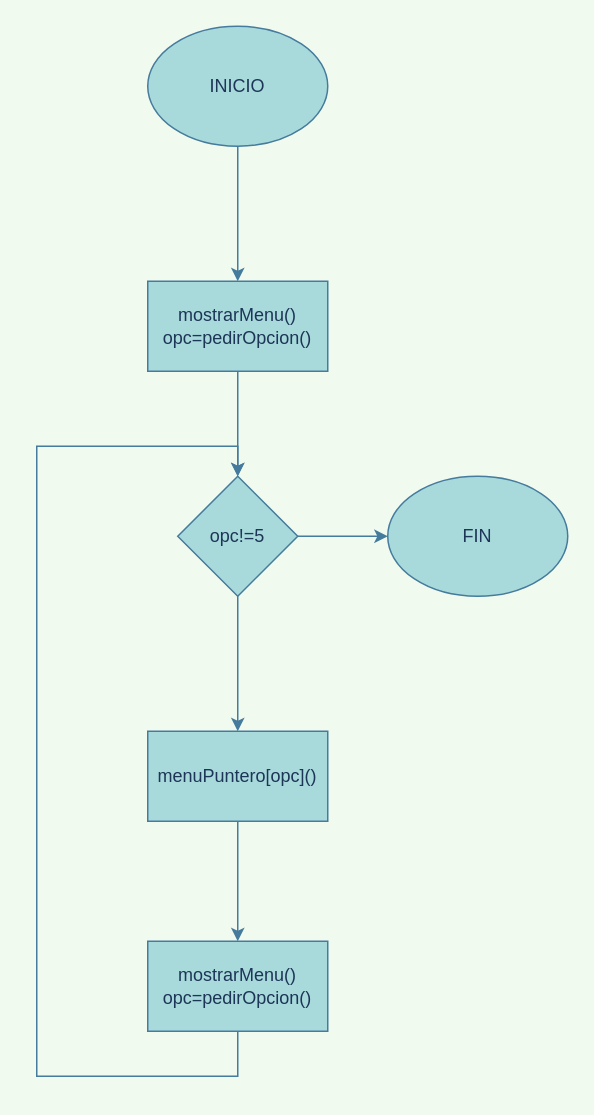
Before: ProyectoCXabierGarrote/ProyectoCXabierGarrote/PrincipalC.drawio in xabier100/PROGRAMACION_Proyecto_Servicios, a draw.io diagram. Source tidied: cells renumbered, new cells numbered last; positions are measured from the earlier drawing's top-left corner, leaving out a move shared by most shapes. Both pictures are drawn from the tidied source at 150%, with x=0, y=0 at pixel (36, 26).
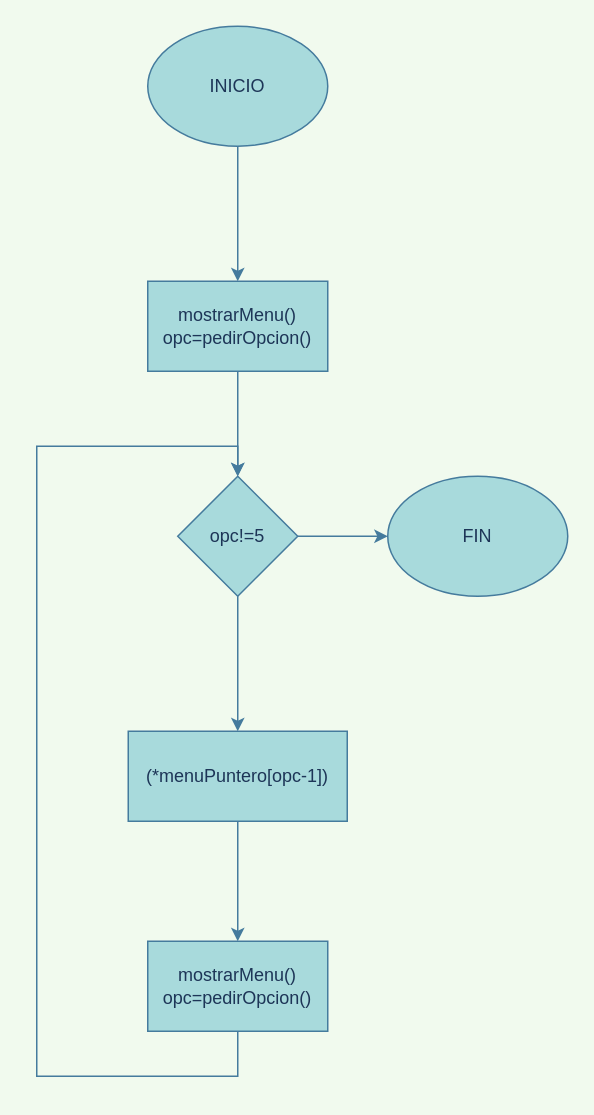
After the change.

The edit, as a diff of the source:
```diff
@@
 <mxGraphModel background="#F1FAEE">
   <root>
     <mxCell id="0" />
     <mxCell id="1" parent="0" />
     <mxCell id="2" style="edgeStyle=orthogonalEdgeStyle;rounded=0;jettySize=auto;html=1;labelBackgroundColor=#F1FAEE;strokeColor=#457B9D;fontColor=#1D3557;" parent="1" edge="1" source="3" target="5">
       <mxGeometry relative="1" as="geometry" />
     </mxCell>
     <mxCell id="3" value="INICIO" style="ellipse;whiteSpace=wrap;html=1;fillColor=#A8DADC;strokeColor=#457B9D;fontColor=#1D3557;" parent="1" vertex="1">
       <mxGeometry x="74" width="120" height="80" as="geometry" />
     </mxCell>
     <mxCell id="4" style="edgeStyle=orthogonalEdgeStyle;rounded=0;jettySize=auto;html=1;labelBackgroundColor=#F1FAEE;strokeColor=#457B9D;fontColor=#1D3557;" parent="1" edge="1" source="5" target="8">
       <mxGeometry relative="1" as="geometry" />
     </mxCell>
     <mxCell id="5" value="mostrarMenu()&lt;br&gt;opc=pedirOpcion()" style="whiteSpace=wrap;html=1;fillColor=#A8DADC;strokeColor=#457B9D;fontColor=#1D3557;" parent="1" vertex="1">
       <mxGeometry x="74" y="170" width="120" height="60" as="geometry" />
     </mxCell>
     <mxCell id="6" style="edgeStyle=orthogonalEdgeStyle;rounded=0;jettySize=auto;html=1;labelBackgroundColor=#F1FAEE;strokeColor=#457B9D;fontColor=#1D3557;" parent="1" edge="1" source="8" target="10">
       <mxGeometry relative="1" as="geometry" />
     </mxCell>
     <mxCell id="7" style="edgeStyle=orthogonalEdgeStyle;rounded=0;jettySize=auto;html=1;labelBackgroundColor=#F1FAEE;strokeColor=#457B9D;fontColor=#1D3557;" parent="1" edge="1" source="8" target="13">
       <mxGeometry relative="1" as="geometry" />
     </mxCell>
     <mxCell id="8" value="opc!=5" style="rhombus;whiteSpace=wrap;html=1;fillColor=#A8DADC;strokeColor=#457B9D;fontColor=#1D3557;" parent="1" vertex="1">
       <mxGeometry x="94" y="300" width="80" height="80" as="geometry" />
     </mxCell>
     <mxCell id="9" style="edgeStyle=orthogonalEdgeStyle;rounded=0;jettySize=auto;html=1;labelBackgroundColor=#F1FAEE;strokeColor=#457B9D;fontColor=#1D3557;" parent="1" edge="1" source="10" target="12">
       <mxGeometry relative="1" as="geometry" />
     </mxCell>
-    <mxCell id="10" value="menuPuntero[opc]()" style="whiteSpace=wrap;html=1;fillColor=#A8DADC;strokeColor=#457B9D;fontColor=#1D3557;" parent="1" vertex="1">
-      <mxGeometry x="74" y="470" width="120" height="60" as="geometry" />
+    <mxCell id="10" value="(*menuPuntero[opc-1])" style="whiteSpace=wrap;html=1;fillColor=#A8DADC;strokeColor=#457B9D;fontColor=#1D3557;" parent="1" vertex="1">
+      <mxGeometry x="61" y="470" width="146" height="60" as="geometry" />
     </mxCell>
     <mxCell id="11" style="edgeStyle=orthogonalEdgeStyle;rounded=0;jettySize=auto;html=1;entryX=0.5;entryY=0;entryDx=0;entryDy=0;labelBackgroundColor=#F1FAEE;strokeColor=#457B9D;fontColor=#1D3557;" parent="1" edge="1" source="12" target="8">
       <mxGeometry relative="1" as="geometry">
         <Array as="points">
           <mxPoint x="134" y="700" />
           <mxPoint y="700" />
           <mxPoint y="280" />
           <mxPoint x="134" y="280" />
         </Array>
       </mxGeometry>
     </mxCell>
     <mxCell id="12" value="mostrarMenu()&lt;br&gt;opc=pedirOpcion()" style="whiteSpace=wrap;html=1;fillColor=#A8DADC;strokeColor=#457B9D;fontColor=#1D3557;" parent="1" vertex="1">
       <mxGeometry x="74" y="610" width="120" height="60" as="geometry" />
     </mxCell>
     <mxCell id="13" value="FIN" style="ellipse;whiteSpace=wrap;html=1;fillColor=#A8DADC;strokeColor=#457B9D;fontColor=#1D3557;" parent="1" vertex="1">
       <mxGeometry x="234" y="300" width="120" height="80" as="geometry" />
     </mxCell>
   </root>
 </mxGraphModel>
```
